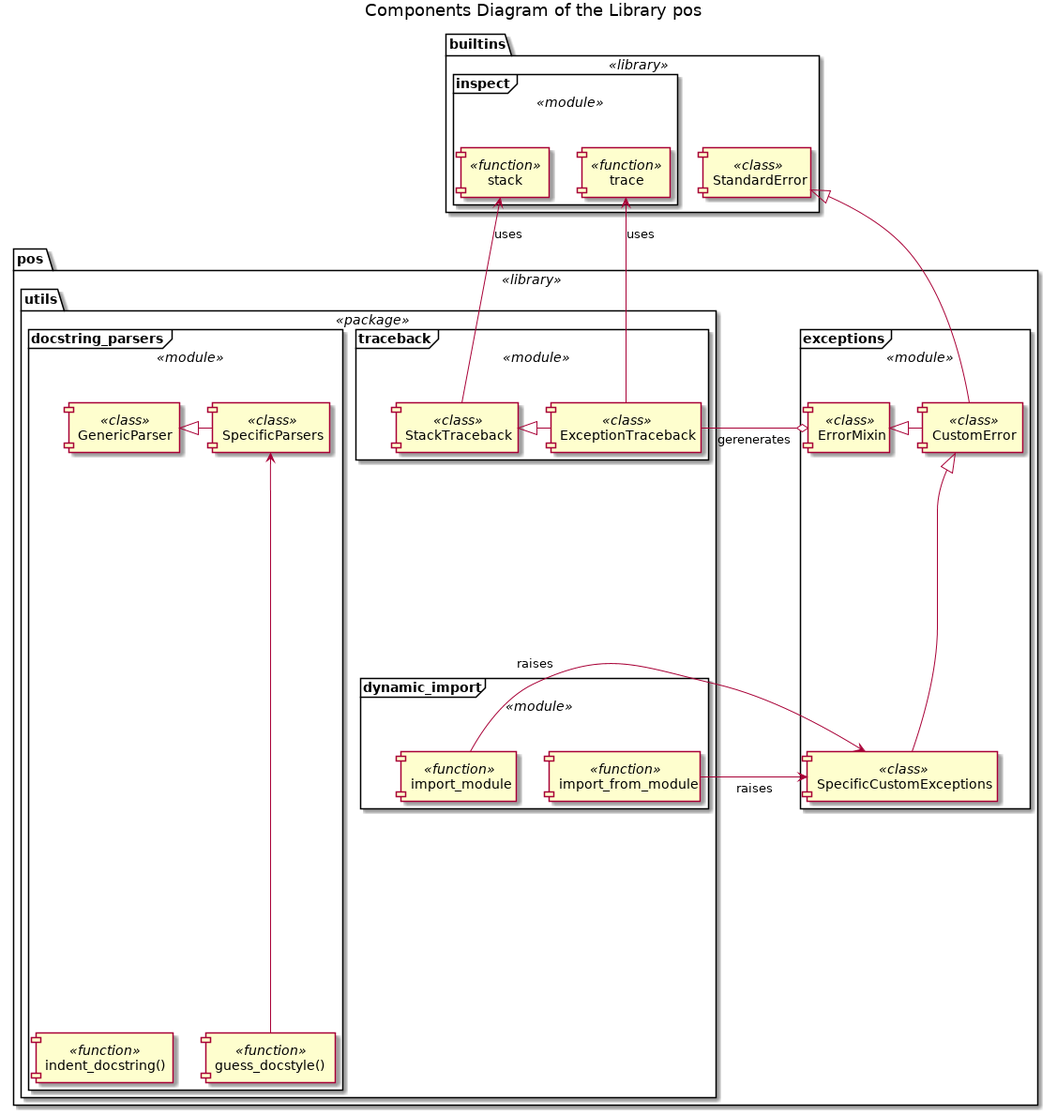
Before: Docs/UML/pos Components.png, a diagram exported from PlantUML (FooBarShebang/pos).
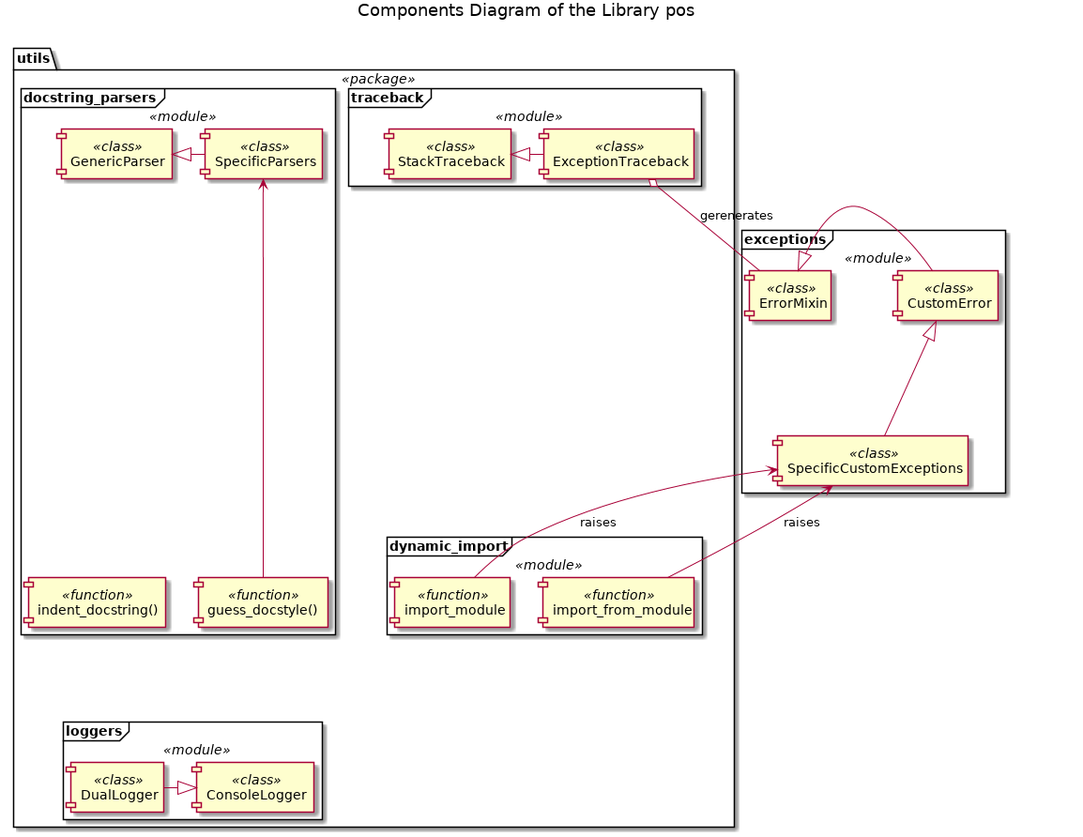
The same file after the commit.

What changed in the source:
```diff
@@ -19,7 +19,6 @@
 
 
 
-package "pos" <<library>> {
 
 
 package "utils" <<package>> {
@@ -57,9 +56,27 @@
         GenericParser -[hidden]- ids
     }
 
-    traceback -[hidden]- dynamic_import
+    SpecificParsers -[hidden] StackTraceback
+
+    gds -[hidden] import_module
+
+    StackTraceback -[hidden]- import_module
+
+    ExceptionTraceback -[hidden]- import_from_module
 
     docstring_parsers -[hidden] traceback
+
+    frame "loggers" <<module>> {
+        component "DualLogger" <<class>>
+
+        component "ConsoleLogger" <<class>>
+
+        DualLogger -|> ConsoleLogger
+    }
+
+    ids -[hidden]- DualLogger
+
+    gds -[hidden]- ConsoleLogger
 }
 
 
@@ -73,34 +90,17 @@
 
     ErrorMixin <|- CustomError
 
-    CustomError <|-d- SpecificCustomExceptions
+    CustomError <|-- SpecificCustomExceptions
 }
 
-    ExceptionTraceback -o ErrorMixin : gerenerates
-}
+utils -[hidden]- exceptions
 
-package "builtins" <<library>> {
-        frame "inspect" as inspect_b <<module>> {
-            component "stack" as stack_b <<function>>
+ExceptionTraceback o-- ErrorMixin: gerenerates
 
-            component "trace" as trace_b <<function>>
+ExceptionTraceback -[hidden] SpecificCustomExceptions
 
-            stack_b -[hidden] trace_b
-        }
+SpecificCustomExceptions <-- import_from_module: raises
 
-        component "StandardError" <<class>>
-
-        trace_b -[hidden] StandardError
-    }
-
-stack_b <-- StackTraceback : uses
-
-trace_b <-- ExceptionTraceback : uses
-
-StandardError <|-- CustomError
-
-import_from_module -> SpecificCustomExceptions : raises
-
-import_module -> SpecificCustomExceptions : raises
+SpecificCustomExceptions <-- import_module: raises
 
 @enduml
```
